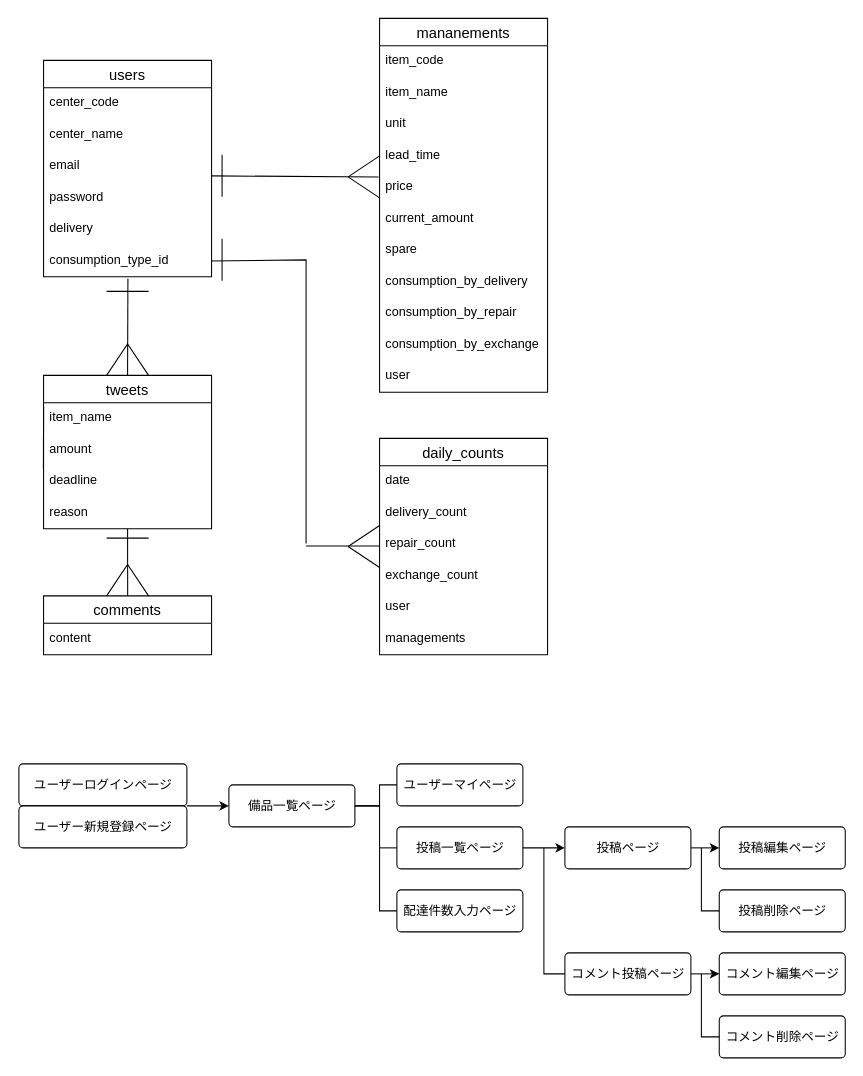
Above: ems.dio in takafumiTech/ems (draw.io), before the change. Source tidied: cells renumbered, new cells numbered last; positions are measured from the earlier drawing's top-left corner, leaving out a move shared by most shapes. Both pictures are drawn from the tidied source at 105%, with x=0, y=0 at pixel (18, 18).
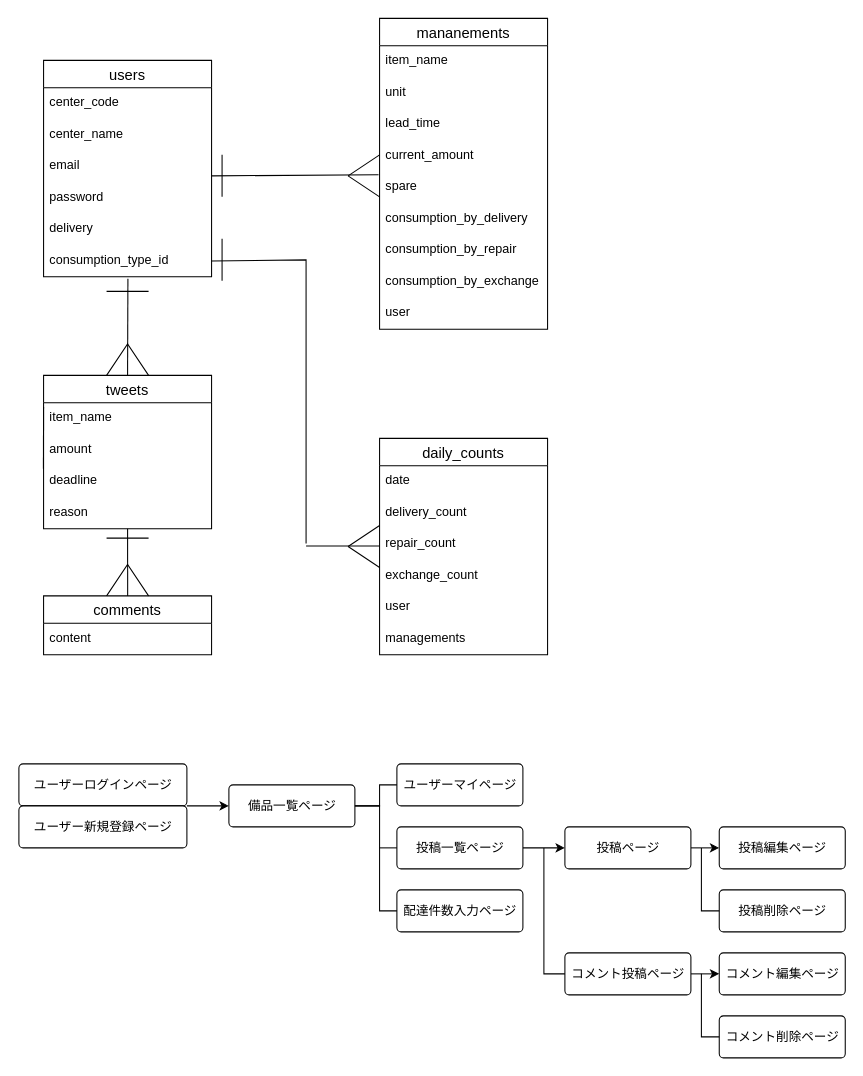
After the change.

What changed in the source:
```diff
@@
     <mxCell id="2" value="mananements" style="swimlane;fontStyle=0;horizontal=1;startSize=26;align=center;fontSize=14;" parent="1" vertex="1">
-      <mxGeometry x="344" width="160" height="356" as="geometry" />
+      <mxGeometry x="344" width="160" height="296" as="geometry" />
     </mxCell>
-    <mxCell id="3" value="item_code" style="text;strokeColor=none;fillColor=none;spacingLeft=4;spacingRight=4;overflow=hidden;fontSize=12;" parent="2" vertex="1">
-      <mxGeometry y="26" width="160" height="30" as="geometry" />
-    </mxCell>
     <mxCell id="4" value="item_name" style="text;strokeColor=none;fillColor=none;spacingLeft=4;spacingRight=4;overflow=hidden;fontSize=12;" parent="2" vertex="1">
-      <mxGeometry y="56" width="160" height="30" as="geometry" />
+      <mxGeometry y="26" width="160" height="30" as="geometry" />
     </mxCell>
     <mxCell id="5" value="unit" style="text;strokeColor=none;fillColor=none;spacingLeft=4;spacingRight=4;overflow=hidden;fontSize=12;" parent="2" vertex="1">
-      <mxGeometry y="86" width="160" height="30" as="geometry" />
+      <mxGeometry y="56" width="160" height="30" as="geometry" />
     </mxCell>
     <mxCell id="6" value="lead_time" style="text;strokeColor=none;fillColor=none;spacingLeft=4;spacingRight=4;overflow=hidden;fontSize=12;" parent="2" vertex="1">
-      <mxGeometry y="116" width="160" height="30" as="geometry" />
+      <mxGeometry y="86" width="160" height="30" as="geometry" />
     </mxCell>
-    <mxCell id="7" value="price" style="text;strokeColor=none;fillColor=none;spacingLeft=4;spacingRight=4;overflow=hidden;points=[[0,0.5],[1,0.5]];portConstraint=eastwest;fontSize=12;" parent="2" vertex="1">
-      <mxGeometry y="146" width="160" height="30" as="geometry" />
-    </mxCell>
     <mxCell id="8" value="current_amount" style="text;strokeColor=none;fillColor=none;spacingLeft=4;spacingRight=4;overflow=hidden;fontSize=12;" parent="2" vertex="1">
-      <mxGeometry y="176" width="160" height="30" as="geometry" />
+      <mxGeometry y="116" width="160" height="30" as="geometry" />
     </mxCell>
     <mxCell id="9" value="spare" style="text;strokeColor=none;fillColor=none;spacingLeft=4;spacingRight=4;overflow=hidden;points=[[0,0.5],[1,0.5]];portConstraint=eastwest;fontSize=12;" parent="2" vertex="1">
-      <mxGeometry y="206" width="160" height="30" as="geometry" />
+      <mxGeometry y="146" width="160" height="30" as="geometry" />
     </mxCell>
     <mxCell id="10" value="consumption_by_delivery" style="text;strokeColor=none;fillColor=none;spacingLeft=4;spacingRight=4;overflow=hidden;fontSize=12;" parent="2" vertex="1">
-      <mxGeometry y="236" width="160" height="30" as="geometry" />
+      <mxGeometry y="176" width="160" height="30" as="geometry" />
     </mxCell>
     <mxCell id="11" value="consumption_by_repair" style="text;strokeColor=none;fillColor=none;spacingLeft=4;spacingRight=4;overflow=hidden;fontSize=12;" parent="2" vertex="1">
-      <mxGeometry y="266" width="160" height="30" as="geometry" />
+      <mxGeometry y="206" width="160" height="30" as="geometry" />
     </mxCell>
     <mxCell id="12" value="consumption_by_exchange" style="text;strokeColor=none;fillColor=none;spacingLeft=4;spacingRight=4;overflow=hidden;fontSize=12;" parent="2" vertex="1">
-      <mxGeometry y="296" width="160" height="30" as="geometry" />
+      <mxGeometry y="236" width="160" height="30" as="geometry" />
     </mxCell>
     <mxCell id="13" value="user" style="text;strokeColor=none;fillColor=none;spacingLeft=4;spacingRight=4;overflow=hidden;fontSize=12;" parent="2" vertex="1">
-      <mxGeometry y="326" width="160" height="30" as="geometry" />
+      <mxGeometry y="266" width="160" height="30" as="geometry" />
     </mxCell>
@@
-    <mxCell id="28" style="endArrow=none;html=1;rounded=0;entryX=-0.006;entryY=0.167;entryDx=0;entryDy=0;entryPerimeter=0;" parent="1" edge="1" target="7">
+    <mxCell id="28" style="endArrow=none;html=1;rounded=0;entryX=-0.006;entryY=0.1;entryDx=0;entryDy=0;entryPerimeter=0;" parent="1" edge="1" target="9">
       <mxGeometry relative="1" as="geometry">
         <mxPoint x="184" y="150" as="sourcePoint" />
       </mxGeometry>
     </mxCell>
     <mxCell id="29" style="endArrow=none;html=1;rounded=0;" parent="1" edge="1">
       <mxGeometry relative="1" as="geometry">
-        <mxPoint x="314" y="151" as="sourcePoint" />
-        <mxPoint x="344" y="171" as="targetPoint" />
+        <mxPoint x="314" y="150" as="sourcePoint" />
+        <mxPoint x="344" y="170" as="targetPoint" />
       </mxGeometry>
     </mxCell>
     <mxCell id="30" style="endArrow=none;html=1;rounded=0;" parent="1" edge="1">
       <mxGeometry relative="1" as="geometry">
-        <mxPoint x="344" y="131" as="sourcePoint" />
-        <mxPoint x="314" y="151" as="targetPoint" />
+        <mxPoint x="344" y="130" as="sourcePoint" />
+        <mxPoint x="314" y="150" as="targetPoint" />
       </mxGeometry>
     </mxCell>
```
